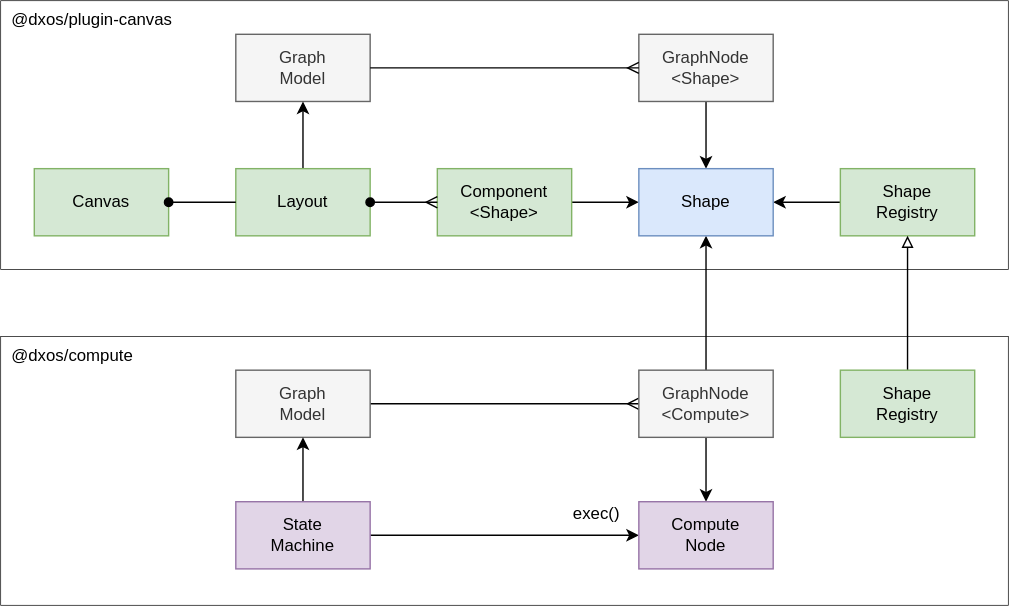
This is packages/plugins/experimental/plugin-canvas/src/compute/compute.drawio.svg from dxos/dxos, a draw.io export, as it was before one commit. Source tidied: cells renumbered, new cells last; positions are measured from the earlier drawing's top-left corner, leaving out a move shared by most shapes.
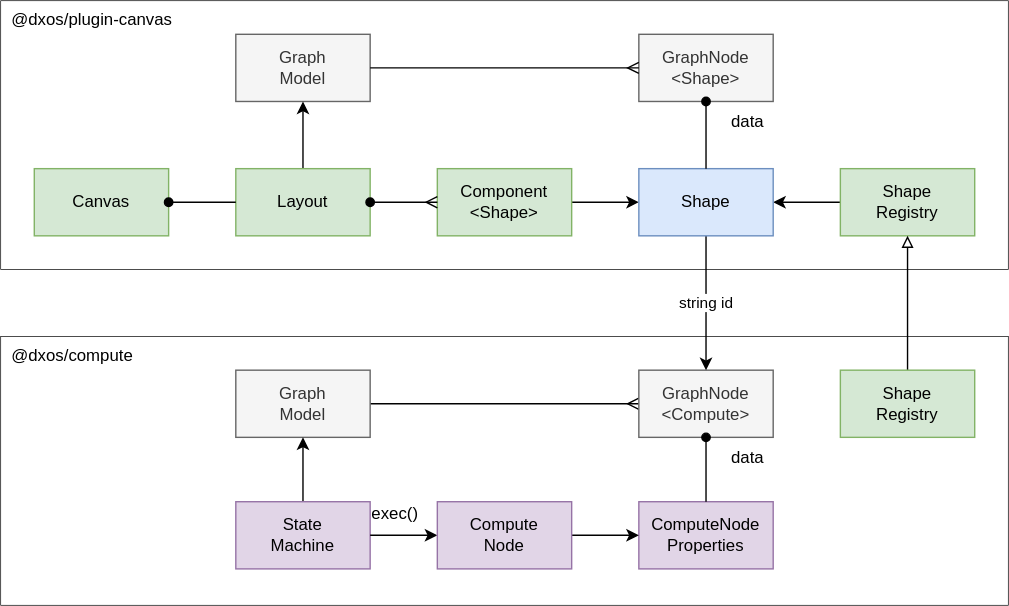
The same file after the commit.

What changed in the source:
```diff
@@ -14,21 +14,12 @@
     <mxCell id="5" value="Graph&lt;br&gt;Model" style="rounded=0;whiteSpace=wrap;html=1;fillColor=#f5f5f5;strokeColor=#666666;fontColor=#333333;" parent="1" vertex="1">
       <mxGeometry x="168" y="264" width="96" height="48" as="geometry" />
     </mxCell>
-    <mxCell id="6" style="edgeStyle=none;html=1;exitX=0.5;exitY=0;exitDx=0;exitDy=0;" parent="1" edge="1" source="8" target="22">
-      <mxGeometry relative="1" as="geometry" />
-    </mxCell>
-    <mxCell id="7" style="edgeStyle=none;html=1;exitX=0.5;exitY=1;exitDx=0;exitDy=0;" parent="1" edge="1" source="8" target="26">
-      <mxGeometry relative="1" as="geometry" />
-    </mxCell>
     <mxCell id="8" value="GraphNode&lt;br&gt;&amp;lt;Compute&amp;gt;" style="rounded=0;whiteSpace=wrap;html=1;fillColor=#f5f5f5;strokeColor=#666666;fontColor=#333333;" parent="1" vertex="1">
       <mxGeometry x="456" y="264" width="96" height="48" as="geometry" />
     </mxCell>
     <mxCell id="9" value="Graph&lt;br&gt;Model" style="rounded=0;whiteSpace=wrap;html=1;fillColor=#f5f5f5;fontColor=#333333;strokeColor=#666666;" parent="1" vertex="1">
       <mxGeometry x="168" y="24" width="96" height="48" as="geometry" />
     </mxCell>
-    <mxCell id="10" style="edgeStyle=none;html=1;exitX=0.5;exitY=1;exitDx=0;exitDy=0;" parent="1" edge="1" source="11" target="22">
-      <mxGeometry relative="1" as="geometry" />
-    </mxCell>
     <mxCell id="11" value="GraphNode&lt;br&gt;&amp;lt;Shape&amp;gt;" style="rounded=0;whiteSpace=wrap;html=1;fillColor=#f5f5f5;strokeColor=#666666;fontColor=#333333;" parent="1" vertex="1">
       <mxGeometry x="456" y="24" width="96" height="48" as="geometry" />
     </mxCell>
@@ -62,23 +53,23 @@
     <mxCell id="21" style="edgeStyle=none;html=1;exitX=1;exitY=0.5;exitDx=0;exitDy=0;entryX=0;entryY=0.5;entryDx=0;entryDy=0;startArrow=oval;startFill=1;endArrow=none;endFill=0;" parent="1" edge="1" source="14" target="19">
       <mxGeometry relative="1" as="geometry" />
     </mxCell>
+    <mxCell id="30" value="string id" style="edgeStyle=none;html=1;exitX=0.5;exitY=1;exitDx=0;exitDy=0;" parent="1" edge="1" source="22" target="8">
+      <mxGeometry relative="1" as="geometry" />
+    </mxCell>
     <mxCell id="22" value="Shape" style="rounded=0;whiteSpace=wrap;html=1;fillColor=#dae8fc;strokeColor=#6c8ebf;" parent="1" vertex="1">
       <mxGeometry x="456" y="120" width="96" height="48" as="geometry" />
     </mxCell>
     <mxCell id="23" style="edgeStyle=none;html=1;" parent="1" edge="1" source="25" target="5">
       <mxGeometry relative="1" as="geometry" />
     </mxCell>
-    <mxCell id="24" style="edgeStyle=none;html=1;exitX=1;exitY=0.5;exitDx=0;exitDy=0;" parent="1" edge="1" source="25" target="26">
-      <mxGeometry relative="1" as="geometry" />
-    </mxCell>
     <mxCell id="25" value="State&lt;br&gt;Machine" style="rounded=0;whiteSpace=wrap;html=1;fillColor=#e1d5e7;strokeColor=#9673a6;" parent="1" vertex="1">
       <mxGeometry x="168" y="358" width="96" height="48" as="geometry" />
     </mxCell>
-    <mxCell id="26" value="Compute&lt;br&gt;Node" style="rounded=0;whiteSpace=wrap;html=1;fillColor=#e1d5e7;strokeColor=#9673a6;" parent="1" vertex="1">
+    <mxCell id="26" value="ComputeNode&lt;br&gt;Properties" style="rounded=0;whiteSpace=wrap;html=1;fillColor=#e1d5e7;strokeColor=#9673a6;" parent="1" vertex="1">
       <mxGeometry x="456" y="358" width="96" height="48" as="geometry" />
     </mxCell>
     <mxCell id="27" value="exec()" style="text;html=1;strokeColor=none;fillColor=none;align=center;verticalAlign=middle;whiteSpace=wrap;rounded=0;" parent="1" vertex="1">
-      <mxGeometry x="396" y="352" width="60" height="30" as="geometry" />
+      <mxGeometry x="252" y="352" width="60" height="30" as="geometry" />
     </mxCell>
     <mxCell id="28" style="edgeStyle=none;html=1;exitX=0.5;exitY=0;exitDx=0;exitDy=0;endArrow=block;endFill=0;" parent="1" edge="1" source="29" target="18">
       <mxGeometry relative="1" as="geometry" />
@@ -86,5 +77,26 @@
     <mxCell id="29" value="Shape&lt;br&gt;Registry" style="rounded=0;whiteSpace=wrap;html=1;fillColor=#d5e8d4;strokeColor=#82b366;" parent="1" vertex="1">
       <mxGeometry x="600" y="264" width="96" height="48" as="geometry" />
     </mxCell>
+    <mxCell id="31" value="data" style="text;html=1;strokeColor=none;fillColor=none;align=center;verticalAlign=middle;whiteSpace=wrap;rounded=0;" parent="1" vertex="1">
+      <mxGeometry x="504" y="72" width="60" height="30" as="geometry" />
+    </mxCell>
+    <mxCell id="10" style="edgeStyle=none;html=1;exitX=0.5;exitY=1;exitDx=0;exitDy=0;startArrow=oval;startFill=1;endArrow=none;endFill=0;" parent="1" edge="1" source="11" target="22">
+      <mxGeometry relative="1" as="geometry" />
+    </mxCell>
+    <mxCell id="32" style="edgeStyle=none;html=1;exitX=0.5;exitY=0;exitDx=0;exitDy=0;endArrow=oval;endFill=1;" parent="1" edge="1" source="26" target="8">
+      <mxGeometry relative="1" as="geometry" />
+    </mxCell>
+    <mxCell id="33" value="data" style="text;html=1;strokeColor=none;fillColor=none;align=center;verticalAlign=middle;whiteSpace=wrap;rounded=0;" parent="1" vertex="1">
+      <mxGeometry x="504" y="312" width="60" height="30" as="geometry" />
+    </mxCell>
+    <mxCell id="34" style="edgeStyle=none;html=1;exitX=1;exitY=0.5;exitDx=0;exitDy=0;startArrow=none;startFill=0;endArrow=classic;endFill=1;" parent="1" edge="1" source="25" target="36">
+      <mxGeometry relative="1" as="geometry" />
+    </mxCell>
+    <mxCell id="35" style="edgeStyle=none;html=1;exitX=1;exitY=0.5;exitDx=0;exitDy=0;entryX=0;entryY=0.5;entryDx=0;entryDy=0;startArrow=none;startFill=0;endArrow=classic;endFill=1;" parent="1" edge="1" source="36" target="26">
+      <mxGeometry relative="1" as="geometry" />
+    </mxCell>
+    <mxCell id="36" value="Compute&lt;br&gt;Node" style="rounded=0;whiteSpace=wrap;html=1;fillColor=#e1d5e7;strokeColor=#9673a6;" parent="1" vertex="1">
+      <mxGeometry x="312" y="358" width="96" height="48" as="geometry" />
+    </mxCell>
   </root>
 </mxGraphModel>
```
